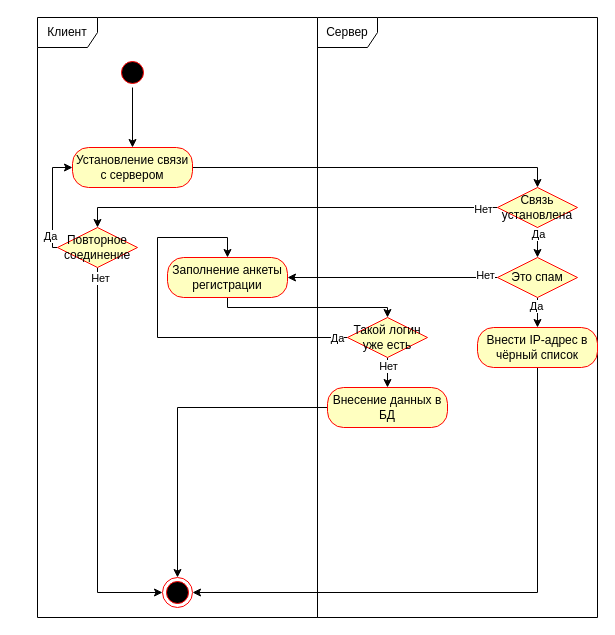
Earlier version of the draw.io diagram activity-diagrams/AD.UserRegistration.drawio (AVAtarMod/Linux_Ecosystem). Source tidied: cells renumbered, new cells numbered last; positions are measured from the earlier drawing's top-left corner, leaving out a move shared by most shapes. Both pictures are drawn from the tidied source at 100%, with x=0, y=0 at pixel (37, 17).
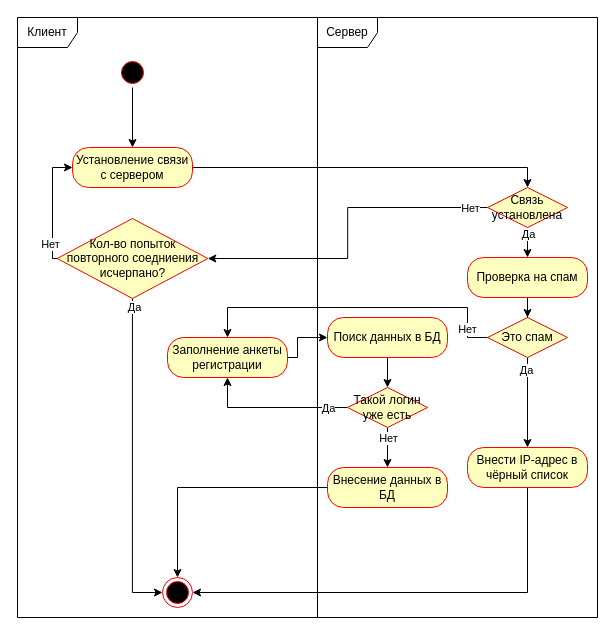
The same diagram, later.

Commit message:
(AD.UserRegistration) обновлено: дописано недостающее

Unchanged cells that the change refers to:
```xml
<mxCell id="7" value="Установление связи с сервером" style="rounded=1;whiteSpace=wrap;html=1;arcSize=40;fontColor=#000000;fillColor=#ffffc0;strokeColor=#ff0000;" parent="1" vertex="1">
  <mxGeometry x="35" y="130" width="120" height="40" as="geometry" />
</mxCell>
<mxCell id="17" style="ellipse;html=1;shape=endState;fillColor=#000000;strokeColor=#ff0000;" parent="1" vertex="1">
  <mxGeometry x="125" y="560" width="30" height="30" as="geometry" />
</mxCell>
<mxCell id="20" style="edgeStyle=orthogonalEdgeStyle;rounded=0;jettySize=auto;html=1;entryX=0.5;entryY=0;entryDx=0;entryDy=0;" parent="1" edge="1" source="22" target="24">
  <mxGeometry relative="1" as="geometry" />
</mxCell>
```

Change to the diagram source:
```diff
@@
     <mxCell id="2" value="Клиент" style="shape=umlFrame;whiteSpace=wrap;html=1;" parent="1" vertex="1">
-      <mxGeometry width="280" height="600" as="geometry" />
+      <mxGeometry x="-20" width="300" height="600" as="geometry" />
     </mxCell>
@@
     <mxCell id="6" style="edgeStyle=orthogonalEdgeStyle;rounded=0;jettySize=auto;html=1;entryX=0.5;entryY=0;entryDx=0;entryDy=0;" parent="1" edge="1" source="7" target="11">
       <mxGeometry relative="1" as="geometry">
         <Array as="points">
-          <mxPoint x="500" y="150" />
+          <mxPoint x="490" y="150" />
         </Array>
       </mxGeometry>
     </mxCell>
@@
-    <mxCell id="8" style="edgeStyle=orthogonalEdgeStyle;rounded=0;jettySize=auto;html=1;entryX=0.5;entryY=0;entryDx=0;entryDy=0;exitX=0;exitY=0.5;exitDx=0;exitDy=0;" parent="1" edge="1" source="11" target="16">
+    <mxCell id="8" style="edgeStyle=orthogonalEdgeStyle;rounded=0;jettySize=auto;html=1;exitX=0;exitY=0.5;exitDx=0;exitDy=0;entryX=1;entryY=0.5;entryDx=0;entryDy=0;" parent="1" edge="1" source="11" target="42">
       <mxGeometry relative="1" as="geometry" />
     </mxCell>
     <mxCell id="9" value="Нет" style="edgeLabel;html=1;align=center;verticalAlign=middle;" parent="8" vertex="1">
-      <mxGeometry x="-0.93" y="1" relative="1" as="geometry" />
+      <mxGeometry x="-0.93" y="1" relative="1" as="geometry">
+        <mxPoint x="-6" y="-1" as="offset" />
+      </mxGeometry>
     </mxCell>
-    <mxCell id="10" style="edgeStyle=orthogonalEdgeStyle;rounded=0;jettySize=auto;html=1;entryX=0.5;entryY=0;entryDx=0;entryDy=0;" parent="1" edge="1" source="11" target="22">
+    <mxCell id="10" style="edgeStyle=orthogonalEdgeStyle;rounded=0;jettySize=auto;html=1;entryX=0.5;entryY=0;entryDx=0;entryDy=0;" parent="1" edge="1" source="11" target="39">
       <mxGeometry relative="1" as="geometry" />
     </mxCell>
     <mxCell id="11" value="Связь установлена" style="rhombus;whiteSpace=wrap;html=1;fillColor=#ffffc0;strokeColor=#ff0000;" parent="1" vertex="1">
-      <mxGeometry x="460" y="170" width="80" height="40" as="geometry" />
+      <mxGeometry x="450" y="170" width="80" height="40" as="geometry" />
     </mxCell>
-    <mxCell id="12" style="edgeStyle=orthogonalEdgeStyle;rounded=0;jettySize=auto;html=1;entryX=0;entryY=0.5;entryDx=0;entryDy=0;" parent="1" edge="1" source="16" target="7">
+    <mxCell id="12" style="edgeStyle=orthogonalEdgeStyle;rounded=0;jettySize=auto;html=1;entryX=0;entryY=0.5;entryDx=0;entryDy=0;exitX=0;exitY=0.5;exitDx=0;exitDy=0;" parent="1" edge="1" source="42" target="7">
       <mxGeometry relative="1" as="geometry">
         <Array as="points">
-          <mxPoint x="15" y="230" />
+          <mxPoint x="15" y="241" />
           <mxPoint x="15" y="150" />
         </Array>
       </mxGeometry>
     </mxCell>
-    <mxCell id="13" value="Да" style="edgeLabel;html=1;align=center;verticalAlign=middle;" parent="12" vertex="1">
+    <mxCell id="13" value="Нет" style="edgeLabel;html=1;align=center;verticalAlign=middle;" parent="12" vertex="1">
       <mxGeometry x="-0.67" y="3" relative="1" as="geometry" />
     </mxCell>
-    <mxCell id="14" style="edgeStyle=orthogonalEdgeStyle;rounded=0;jettySize=auto;html=1;entryX=0;entryY=0.5;entryDx=0;entryDy=0;" parent="1" edge="1" source="16" target="17">
+    <mxCell id="14" style="edgeStyle=orthogonalEdgeStyle;rounded=0;jettySize=auto;html=1;entryX=0;entryY=0.5;entryDx=0;entryDy=0;exitX=0.5;exitY=1;exitDx=0;exitDy=0;" parent="1" edge="1" source="42" target="17">
       <mxGeometry relative="1" as="geometry">
         <Array as="points">
-          <mxPoint x="60" y="575" />
+          <mxPoint x="95" y="575" />
         </Array>
       </mxGeometry>
     </mxCell>
-    <mxCell id="15" value="Нет" style="edgeLabel;html=1;align=center;verticalAlign=middle;" parent="14" vertex="1">
+    <mxCell id="15" value="Да" style="edgeLabel;html=1;align=center;verticalAlign=middle;" parent="14" vertex="1">
       <mxGeometry x="-0.95" y="2" relative="1" as="geometry" />
     </mxCell>
-    <mxCell id="16" value="Повторное соединение" style="rhombus;whiteSpace=wrap;html=1;fillColor=#ffffc0;strokeColor=#ff0000;" parent="1" vertex="1">
-      <mxGeometry x="20" y="210" width="80" height="40" as="geometry" />
-    </mxCell>
@@
-    <mxCell id="18" style="edgeStyle=orthogonalEdgeStyle;rounded=0;jettySize=auto;html=1;strokeColor=#000000;" parent="1" edge="1" source="19" target="28">
-      <mxGeometry relative="1" as="geometry">
-        <Array as="points">
-          <mxPoint x="190" y="290" />
-          <mxPoint x="350" y="290" />
-        </Array>
-      </mxGeometry>
-    </mxCell>
+    <mxCell id="35" style="edgeStyle=orthogonalEdgeStyle;rounded=0;jettySize=auto;html=1;entryX=0;entryY=0.5;entryDx=0;entryDy=0;" parent="1" edge="1" source="19" target="41">
+      <mxGeometry relative="1" as="geometry">
+        <Array as="points">
+          <mxPoint x="260" y="340" />
+          <mxPoint x="260" y="320" />
+        </Array>
+      </mxGeometry>
+    </mxCell>
     <mxCell id="19" value="Заполнение анкеты регистрации" style="rounded=1;whiteSpace=wrap;html=1;arcSize=40;fontColor=#000000;fillColor=#ffffc0;strokeColor=#ff0000;" parent="1" vertex="1">
-      <mxGeometry x="130" y="240" width="120" height="40" as="geometry" />
+      <mxGeometry x="130" y="320" width="120" height="40" as="geometry" />
     </mxCell>
@@
+    <mxCell id="32" value="Да" style="edgeLabel;html=1;align=center;verticalAlign=middle;" parent="20" vertex="1">
+      <mxGeometry x="-0.73" y="-2" relative="1" as="geometry" />
+    </mxCell>
-    <mxCell id="21" style="edgeStyle=orthogonalEdgeStyle;rounded=0;jettySize=auto;html=1;entryX=1;entryY=0.5;entryDx=0;entryDy=0;" parent="1" edge="1" source="22" target="19">
-      <mxGeometry relative="1" as="geometry" />
+    <mxCell id="21" style="edgeStyle=orthogonalEdgeStyle;rounded=0;jettySize=auto;html=1;entryX=0.5;entryY=0;entryDx=0;entryDy=0;" parent="1" edge="1" source="22" target="19">
+      <mxGeometry relative="1" as="geometry">
+        <Array as="points">
+          <mxPoint x="430" y="320" />
+          <mxPoint x="430" y="290" />
+          <mxPoint x="190" y="290" />
+        </Array>
+      </mxGeometry>
     </mxCell>
+    <mxCell id="36" value="Нет" style="edgeLabel;html=1;align=center;verticalAlign=middle;" parent="21" vertex="1">
+      <mxGeometry x="-0.82" y="1" relative="1" as="geometry" />
+    </mxCell>
     <mxCell id="22" value="Это спам" style="rhombus;whiteSpace=wrap;html=1;fillColor=#ffffc0;strokeColor=#ff0000;" parent="1" vertex="1">
-      <mxGeometry x="460" y="240" width="80" height="40" as="geometry" />
+      <mxGeometry x="450" y="300" width="80" height="40" as="geometry" />
     </mxCell>
-    <mxCell id="23" style="edgeStyle=orthogonalEdgeStyle;rounded=0;jettySize=auto;html=1;entryX=1;entryY=0.5;entryDx=0;entryDy=0;" parent="1" edge="1" source="24" target="17">
+    <mxCell id="23" style="edgeStyle=orthogonalEdgeStyle;rounded=0;jettySize=auto;html=1;entryX=1;entryY=0.5;entryDx=0;entryDy=0;exitX=0.5;exitY=1;exitDx=0;exitDy=0;" parent="1" edge="1" source="24" target="17">
       <mxGeometry relative="1" as="geometry">
         <Array as="points">
-          <mxPoint x="500" y="575" />
+          <mxPoint x="490" y="575" />
         </Array>
       </mxGeometry>
     </mxCell>
     <mxCell id="24" value="Внести IP-адрес в чёрный список" style="rounded=1;whiteSpace=wrap;html=1;arcSize=40;fontColor=#000000;fillColor=#ffffc0;strokeColor=#ff0000;" parent="1" vertex="1">
-      <mxGeometry x="440" y="310" width="120" height="40" as="geometry" />
+      <mxGeometry x="430" y="430" width="120" height="40" as="geometry" />
     </mxCell>
-    <mxCell id="25" style="edgeStyle=orthogonalEdgeStyle;rounded=0;jettySize=auto;html=1;entryX=0.5;entryY=0;entryDx=0;entryDy=0;strokeColor=#000000;" parent="1" edge="1" source="28" target="19">
+    <mxCell id="25" style="edgeStyle=orthogonalEdgeStyle;rounded=0;jettySize=auto;html=1;strokeColor=#000000;entryX=0.5;entryY=1;entryDx=0;entryDy=0;" parent="1" edge="1" source="28" target="19">
       <mxGeometry relative="1" as="geometry">
         <Array as="points">
-          <mxPoint x="120" y="320" />
-          <mxPoint x="120" y="220" />
-          <mxPoint x="190" y="220" />
+          <mxPoint x="190" y="390" />
         </Array>
       </mxGeometry>
     </mxCell>
     <mxCell id="26" value="Да" style="edgeLabel;html=1;align=center;verticalAlign=middle;" parent="25" vertex="1">
-      <mxGeometry x="-0.94" relative="1" as="geometry" />
+      <mxGeometry x="-0.94" relative="1" as="geometry">
+        <mxPoint x="-15" as="offset" />
+      </mxGeometry>
     </mxCell>
     <mxCell id="27" style="edgeStyle=orthogonalEdgeStyle;rounded=0;jettySize=auto;html=1;entryX=0.5;entryY=0;entryDx=0;entryDy=0;strokeColor=#000000;" parent="1" edge="1" source="28" target="30">
-      <mxGeometry relative="1" as="geometry" />
+      <mxGeometry relative="1" as="geometry">
+        <Array as="points">
+          <mxPoint x="350" y="410" />
+          <mxPoint x="350" y="410" />
+        </Array>
+      </mxGeometry>
     </mxCell>
+    <mxCell id="37" value="Нет" style="edgeLabel;html=1;align=center;verticalAlign=middle;" parent="27" vertex="1">
+      <mxGeometry x="-0.85" y="1" relative="1" as="geometry">
+        <mxPoint x="-1" y="7" as="offset" />
+      </mxGeometry>
+    </mxCell>
     <mxCell id="28" value="Такой логин уже есть" style="rhombus;whiteSpace=wrap;html=1;fillColor=#ffffc0;strokeColor=#ff0000;" parent="1" vertex="1">
-      <mxGeometry x="310" y="300" width="80" height="40" as="geometry" />
+      <mxGeometry x="310" y="370" width="80" height="40" as="geometry" />
     </mxCell>
@@
     <mxCell id="30" value="Внесение данных в БД" style="rounded=1;whiteSpace=wrap;html=1;arcSize=40;fontColor=#000000;fillColor=#ffffc0;strokeColor=#ff0000;" parent="1" vertex="1">
-      <mxGeometry x="290" y="370" width="120" height="40" as="geometry" />
+      <mxGeometry x="290" y="450" width="120" height="40" as="geometry" />
     </mxCell>
     <mxCell id="31" value="Да" style="edgeLabel;html=1;align=center;verticalAlign=middle;" parent="1" vertex="1">
-      <mxGeometry x="460" y="201" as="geometry">
+      <mxGeometry x="450" y="201" as="geometry">
         <mxPoint x="40" y="15" as="offset" />
       </mxGeometry>
     </mxCell>
-    <mxCell id="32" value="Да" style="edgeLabel;html=1;align=center;verticalAlign=middle;" parent="1" vertex="1">
-      <mxGeometry x="466" y="211" as="geometry">
-        <mxPoint x="32" y="77" as="offset" />
-      </mxGeometry>
-    </mxCell>
-    <mxCell id="33" value="Нет" style="edgeLabel;html=1;align=center;verticalAlign=middle;" parent="1" vertex="1">
-      <mxGeometry x="476" y="221" as="geometry">
-        <mxPoint x="-29" y="36" as="offset" />
-      </mxGeometry>
-    </mxCell>
-    <mxCell id="34" value="Нет" style="edgeLabel;html=1;align=center;verticalAlign=middle;" parent="1" vertex="1">
-      <mxGeometry x="486" y="231" as="geometry">
-        <mxPoint x="-136" y="117" as="offset" />
-      </mxGeometry>
-    </mxCell>
+    <mxCell id="38" style="edgeStyle=orthogonalEdgeStyle;rounded=0;jettySize=auto;html=1;entryX=0.5;entryY=0;entryDx=0;entryDy=0;" parent="1" edge="1" source="39" target="22">
+      <mxGeometry relative="1" as="geometry" />
+    </mxCell>
+    <mxCell id="39" value="Проверка на спам" style="rounded=1;whiteSpace=wrap;html=1;arcSize=40;fontColor=#000000;fillColor=#ffffc0;strokeColor=#ff0000;" parent="1" vertex="1">
+      <mxGeometry x="430" y="240" width="120" height="40" as="geometry" />
+    </mxCell>
+    <mxCell id="40" style="edgeStyle=orthogonalEdgeStyle;rounded=0;jettySize=auto;html=1;entryX=0.5;entryY=0;entryDx=0;entryDy=0;" parent="1" edge="1" source="41" target="28">
+      <mxGeometry relative="1" as="geometry" />
+    </mxCell>
+    <mxCell id="41" value="Поиск данных в БД" style="rounded=1;whiteSpace=wrap;html=1;arcSize=40;fontColor=#000000;fillColor=#ffffc0;strokeColor=#ff0000;" parent="1" vertex="1">
+      <mxGeometry x="290" y="300" width="120" height="40" as="geometry" />
+    </mxCell>
+    <mxCell id="42" value="Кол-во попыток повторного соедниения исчерпано?" style="rhombus;whiteSpace=wrap;html=1;fillColor=#ffffc0;strokeColor=#ff0000;" parent="1" vertex="1">
+      <mxGeometry x="19.6" y="201" width="150.7" height="80" as="geometry" />
+    </mxCell>
```
